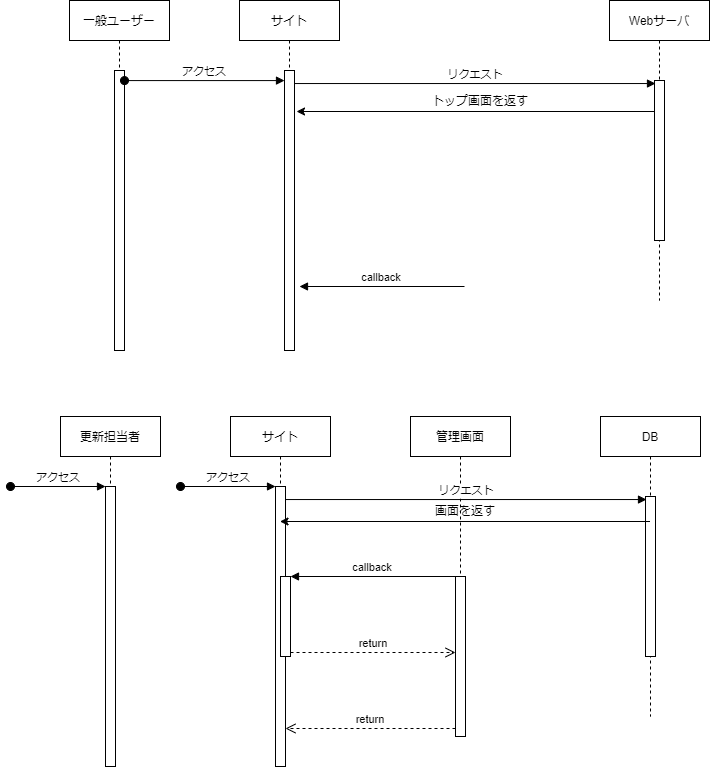
The draw.io diagram シーケンス図.drawio.png in buyodo/webgis-dev-doc, before a commit. Source tidied: cells renumbered, new cells last; positions are measured from the earlier drawing's top-left corner, leaving out a move shared by most shapes.
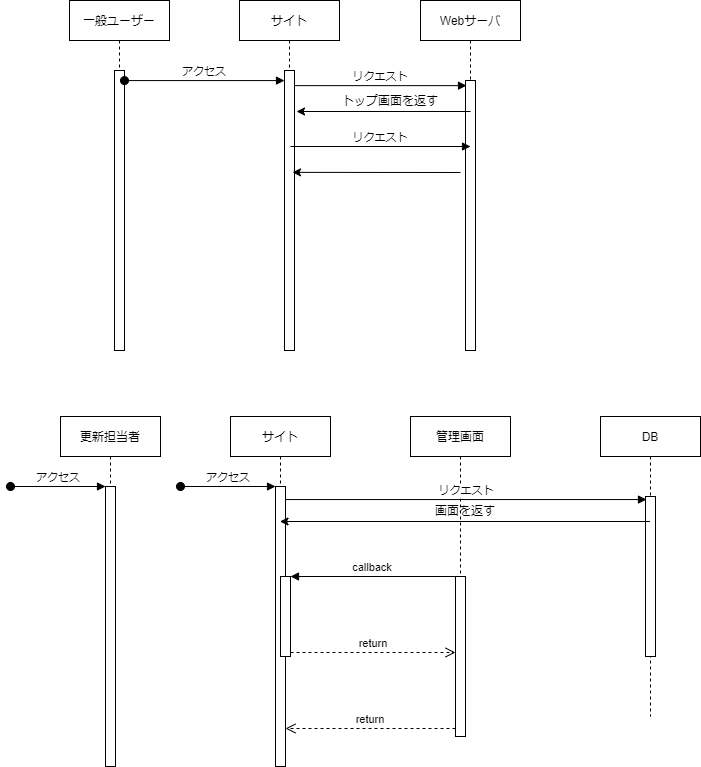
After the change.

Commit message:
シーケンス図.drawio.png を更新します

What changed in the source:
```diff
@@ -11,21 +11,15 @@
     <mxCell id="4" value="リクエスト" style="verticalAlign=bottom;endArrow=block;entryX=0.1;entryY=0.019;shadow=0;strokeWidth=1;entryDx=0;entryDy=0;entryPerimeter=0;" parent="1" edge="1" source="3" target="7">
       <mxGeometry relative="1" as="geometry" />
     </mxCell>
-    <mxCell id="5" value="callback" style="verticalAlign=bottom;endArrow=block;entryX=1;entryY=0;shadow=0;strokeWidth=1;" parent="1" edge="1">
-      <mxGeometry relative="1" as="geometry">
-        <mxPoint x="454" y="286" as="sourcePoint" />
-        <mxPoint x="289" y="286" as="targetPoint" />
-      </mxGeometry>
-    </mxCell>
     <mxCell id="6" value="Webサーバ" style="shape=umlLifeline;perimeter=lifelinePerimeter;rounded=0;shadow=0;strokeWidth=1;" parent="1" vertex="1">
-      <mxGeometry x="599" width="100" height="300" as="geometry" />
+      <mxGeometry x="410" width="100" height="350" as="geometry" />
     </mxCell>
     <mxCell id="7" style="points=[];perimeter=orthogonalPerimeter;rounded=0;shadow=0;strokeWidth=1;" parent="6" vertex="1">
-      <mxGeometry x="45" y="80" width="10" height="160" as="geometry" />
+      <mxGeometry x="45" y="80" width="10" height="270" as="geometry" />
     </mxCell>
     <mxCell id="8" style="endArrow=classic;html=1;rounded=0;" parent="1" edge="1">
       <mxGeometry relative="1" as="geometry">
-        <mxPoint x="644.5" y="111" as="sourcePoint" />
+        <mxPoint x="460" y="111" as="sourcePoint" />
         <mxPoint x="286" y="111" as="targetPoint" />
       </mxGeometry>
     </mxCell>
@@ -94,10 +88,22 @@
       </mxGeometry>
     </mxCell>
     <mxCell id="28" value="トップ画面を返す" style="text;html=1;strokeColor=none;fillColor=none;align=center;verticalAlign=middle;whiteSpace=wrap;rounded=0;" parent="1" vertex="1">
-      <mxGeometry x="410" y="86" width="120" height="30" as="geometry" />
+      <mxGeometry x="320" y="86" width="120" height="30" as="geometry" />
     </mxCell>
     <mxCell id="29" value="アクセス" style="verticalAlign=bottom;startArrow=oval;endArrow=block;startSize=8;shadow=0;strokeWidth=1;exitX=1;exitY=0.036;exitDx=0;exitDy=0;exitPerimeter=0;" parent="1" edge="1" source="10" target="3">
       <mxGeometry relative="1" as="geometry" />
     </mxCell>
+    <mxCell id="30" value="リクエスト" style="verticalAlign=bottom;endArrow=block;shadow=0;strokeWidth=1;" parent="1" edge="1">
+      <mxGeometry relative="1" as="geometry">
+        <mxPoint x="280" y="146" as="sourcePoint" />
+        <mxPoint x="460" y="146" as="targetPoint" />
+      </mxGeometry>
+    </mxCell>
+    <mxCell id="31" style="endArrow=classic;html=1;rounded=0;" parent="1" edge="1">
+      <mxGeometry relative="1" as="geometry">
+        <mxPoint x="450" y="172" as="sourcePoint" />
+        <mxPoint x="282" y="171.9" as="targetPoint" />
+      </mxGeometry>
+    </mxCell>
   </root>
 </mxGraphModel>
```
